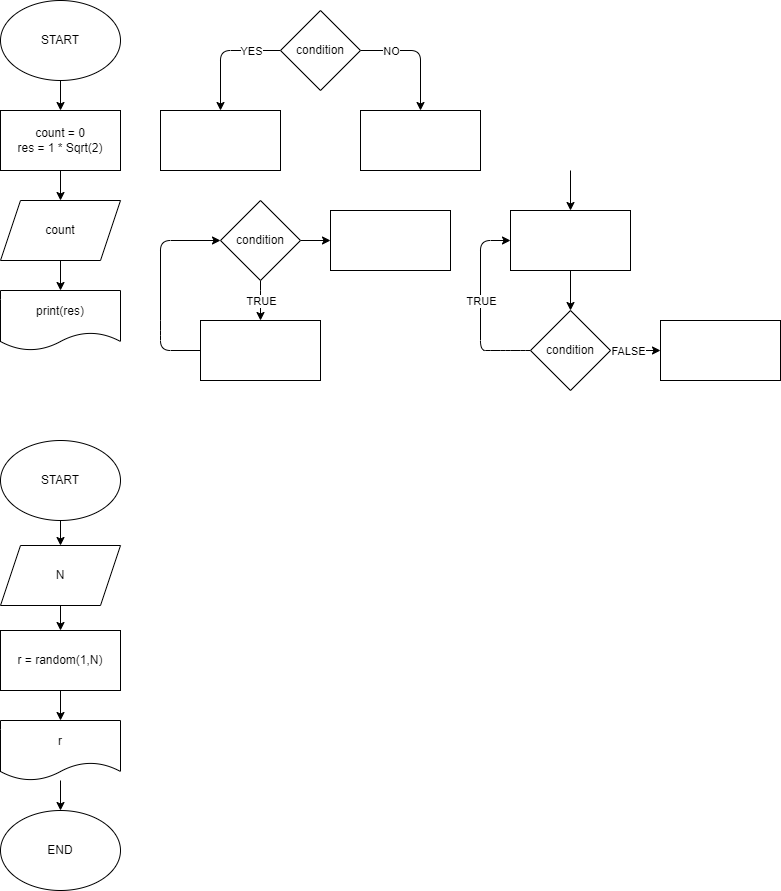
Before: ex000.drawio.png, a diagram exported from draw.io (m1644/workshop1). Source tidied: cells renumbered, new cells last; positions are measured from the earlier drawing's top-left corner, leaving out a move shared by most shapes.
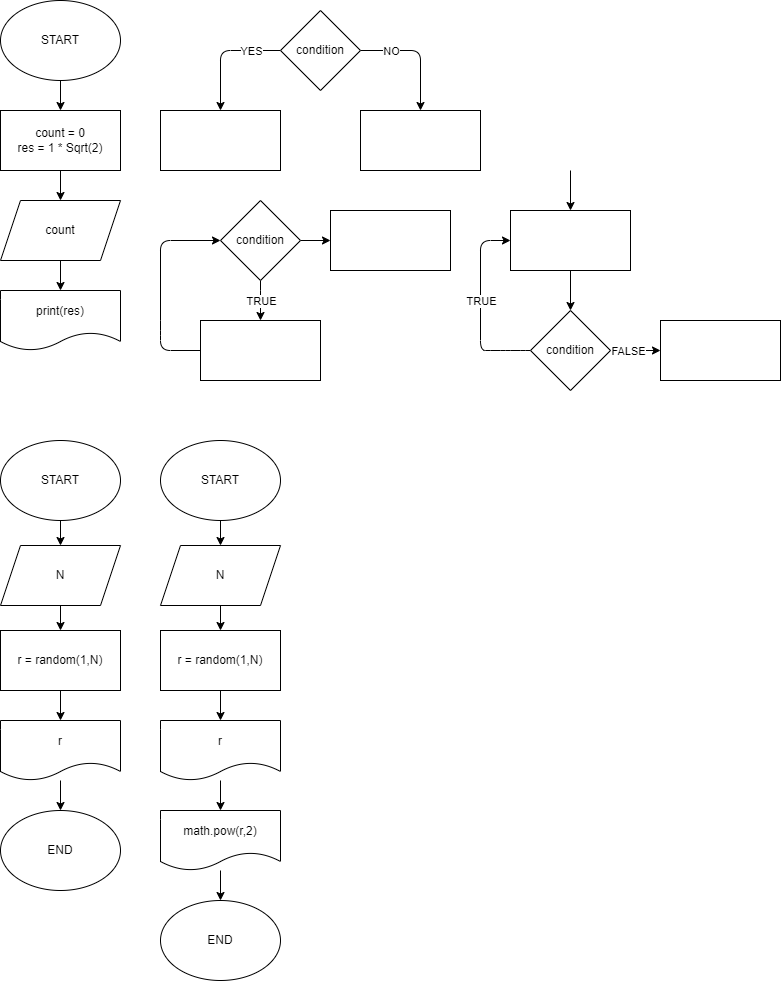
After the change.

Commit message:
Добавили задачу 2

What changed in the source:
```diff
@@ -156,5 +156,38 @@
     <mxCell id="40" value="END" style="ellipse;whiteSpace=wrap;html=1;" parent="1" vertex="1">
       <mxGeometry y="810" width="120" height="80" as="geometry" />
     </mxCell>
+    <mxCell id="41" style="edgeStyle=none;html=1;entryX=0.5;entryY=0;entryDx=0;entryDy=0;" parent="1" edge="1" source="42" target="44">
+      <mxGeometry relative="1" as="geometry" />
+    </mxCell>
+    <mxCell id="42" value="START" style="ellipse;whiteSpace=wrap;html=1;" parent="1" vertex="1">
+      <mxGeometry x="160" y="440" width="120" height="80" as="geometry" />
+    </mxCell>
+    <mxCell id="43" style="edgeStyle=none;html=1;entryX=0.5;entryY=0;entryDx=0;entryDy=0;" parent="1" edge="1" source="44" target="46">
+      <mxGeometry relative="1" as="geometry" />
+    </mxCell>
+    <mxCell id="44" value="N" style="shape=parallelogram;perimeter=parallelogramPerimeter;whiteSpace=wrap;html=1;fixedSize=1;" parent="1" vertex="1">
+      <mxGeometry x="160" y="545" width="120" height="60" as="geometry" />
+    </mxCell>
+    <mxCell id="45" style="edgeStyle=none;html=1;" parent="1" edge="1" source="46" target="48">
+      <mxGeometry relative="1" as="geometry" />
+    </mxCell>
+    <mxCell id="46" value="r = random(1,N)" style="rounded=0;whiteSpace=wrap;html=1;" parent="1" vertex="1">
+      <mxGeometry x="160" y="630" width="120" height="60" as="geometry" />
+    </mxCell>
+    <mxCell id="47" style="edgeStyle=none;html=1;entryX=0.5;entryY=0;entryDx=0;entryDy=0;" parent="1" edge="1" source="48" target="51">
+      <mxGeometry relative="1" as="geometry" />
+    </mxCell>
+    <mxCell id="48" value="r" style="shape=document;whiteSpace=wrap;html=1;boundedLbl=1;" parent="1" vertex="1">
+      <mxGeometry x="160" y="720" width="120" height="60" as="geometry" />
+    </mxCell>
+    <mxCell id="49" value="END" style="ellipse;whiteSpace=wrap;html=1;" parent="1" vertex="1">
+      <mxGeometry x="160" y="900" width="120" height="80" as="geometry" />
+    </mxCell>
+    <mxCell id="50" style="edgeStyle=none;html=1;" parent="1" edge="1" source="51" target="49">
+      <mxGeometry relative="1" as="geometry" />
+    </mxCell>
+    <mxCell id="51" value="math.pow(r,2)" style="shape=document;whiteSpace=wrap;html=1;boundedLbl=1;" parent="1" vertex="1">
+      <mxGeometry x="160" y="810" width="120" height="60" as="geometry" />
+    </mxCell>
   </root>
 </mxGraphModel>
```
